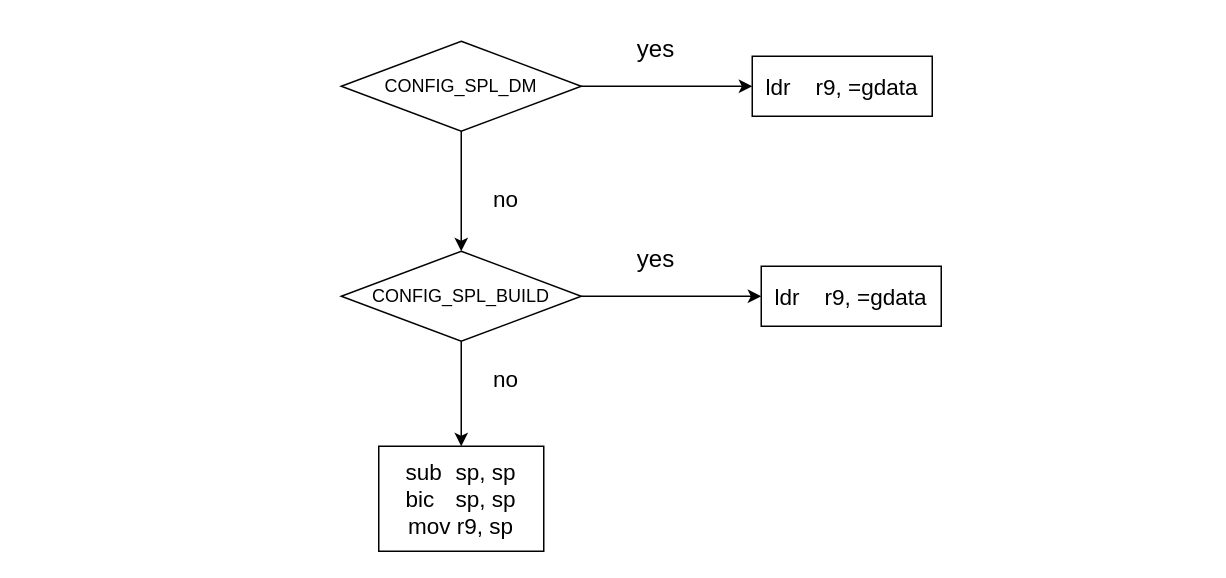
Before: Global Data.drawio in kdxiaojie/draw.io, a draw.io diagram. Source tidied: cells renumbered, new cells numbered last; positions are measured from the earlier drawing's top-left corner, leaving out a move shared by most shapes. Both pictures are drawn from the tidied source at 150%, with x=0, y=0 at pixel (340, 26).
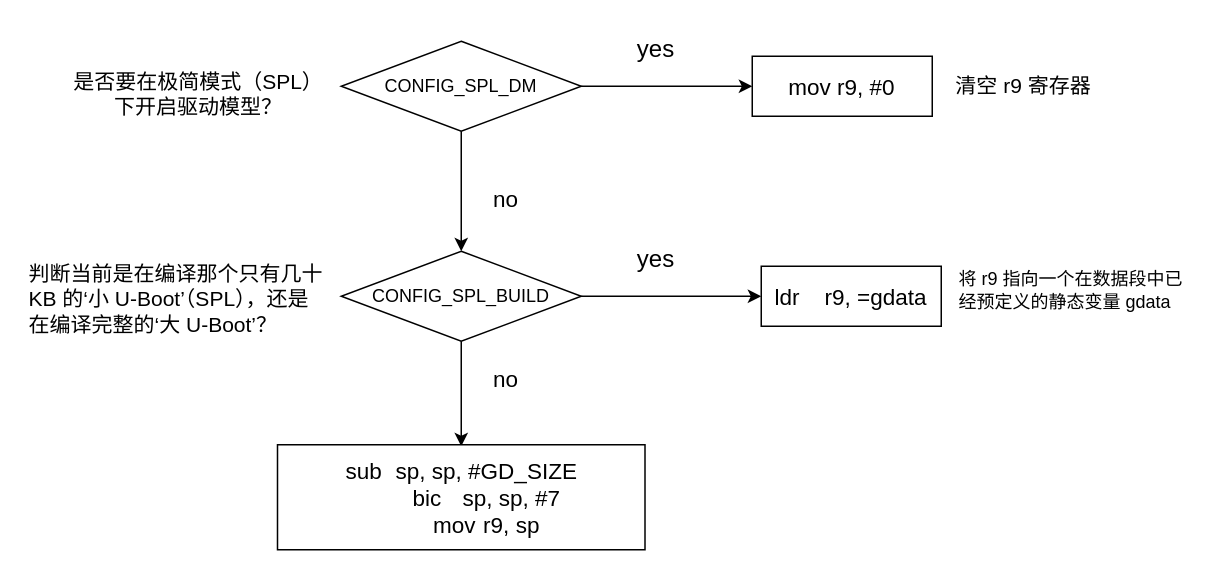
The same page after the edit.

The edit, as a diff of the source:
```diff
@@
-    <mxCell id="5" value="&lt;font style=&quot;font-size: 15px;&quot;&gt;ldr&lt;span style=&quot;white-space: pre;&quot;&gt;&#9;&lt;/span&gt;r9, =gdata&lt;/font&gt;" style="rounded=0;whiteSpace=wrap;html=1;" parent="1" vertex="1">
+    <mxCell id="5" value="&lt;span style=&quot;font-size: 15px;&quot;&gt;mov r9, #0&lt;/span&gt;" style="rounded=0;whiteSpace=wrap;html=1;" parent="1" vertex="1">
       <mxGeometry x="274" y="20" width="120" height="40" as="geometry" />
     </mxCell>
@@
-    <mxCell id="14" value="&lt;div&gt;&lt;font style=&quot;font-size: 15px;&quot;&gt;sub&lt;span style=&quot;white-space: pre;&quot;&gt;&#9;&lt;/span&gt;sp, sp&lt;/font&gt;&lt;/div&gt;&lt;div&gt;&lt;font style=&quot;font-size: 15px;&quot;&gt;&lt;span style=&quot;background-color: transparent; color: light-dark(rgb(0, 0, 0), rgb(255, 255, 255));&quot;&gt;bic&lt;/span&gt;&lt;span style=&quot;background-color: transparent; color: light-dark(rgb(0, 0, 0), rgb(255, 255, 255)); white-space: pre;&quot;&gt;&#9;&lt;/span&gt;&lt;span style=&quot;background-color: transparent; color: light-dark(rgb(0, 0, 0), rgb(255, 255, 255));&quot;&gt;sp, sp&lt;/span&gt;&lt;/font&gt;&lt;/div&gt;&lt;div&gt;&lt;font style=&quot;font-size: 15px;&quot;&gt;&lt;span style=&quot;background-color: transparent; color: light-dark(rgb(0, 0, 0), rgb(255, 255, 255));&quot;&gt;mov&amp;nbsp;&lt;/span&gt;&lt;span style=&quot;background-color: transparent; color: light-dark(rgb(0, 0, 0), rgb(255, 255, 255));&quot;&gt;r9, sp&lt;/span&gt;&lt;/font&gt;&lt;/div&gt;" style="rounded=0;whiteSpace=wrap;html=1;" parent="1" vertex="1">
-      <mxGeometry x="25" y="280" width="110" height="70" as="geometry" />
+    <mxCell id="14" value="&lt;div&gt;&lt;span style=&quot;font-size: 15px;&quot;&gt;sub&lt;span style=&quot;white-space:pre&quot;&gt;&#9;&lt;/span&gt;sp, sp, #GD_SIZE&lt;/span&gt;&lt;/div&gt;&lt;div&gt;&lt;span style=&quot;font-size: 15px; white-space: normal;&quot;&gt;&lt;span style=&quot;white-space:pre&quot;&gt;&#9;&lt;/span&gt;bic&lt;span style=&quot;white-space:pre&quot;&gt;&#9;&lt;/span&gt;sp, sp, #7&lt;/span&gt;&lt;/div&gt;&lt;div&gt;&lt;span style=&quot;font-size: 15px; white-space: normal;&quot;&gt;&lt;span style=&quot;white-space:pre&quot;&gt;&#9;&lt;/span&gt;mov&lt;span style=&quot;white-space:pre&quot;&gt;&#9;&lt;/span&gt;r9, sp&lt;/span&gt;&lt;/div&gt;" style="rounded=0;whiteSpace=wrap;html=1;" parent="1" vertex="1">
+      <mxGeometry x="-42.5" y="279" width="245" height="70" as="geometry" />
     </mxCell>
+    <mxCell id="15" value="&lt;font style=&quot;font-size: 14px;&quot;&gt;是否要在极简模式（SPL）下开启驱动模型？&lt;/font&gt;" style="text;html=1;whiteSpace=wrap;strokeColor=none;fillColor=none;align=center;verticalAlign=middle;rounded=0;" parent="1" vertex="1">
+      <mxGeometry x="-180" y="30" width="170" height="30" as="geometry" />
+    </mxCell>
+    <mxCell id="16" value="&lt;font style=&quot;font-size: 14px;&quot;&gt;清空 r9 寄存器&lt;/font&gt;" style="text;html=1;whiteSpace=wrap;strokeColor=none;fillColor=none;align=center;verticalAlign=middle;rounded=0;" parent="1" vertex="1">
+      <mxGeometry x="370" y="25" width="170" height="30" as="geometry" />
+    </mxCell>
+    <mxCell id="17" value="将 &lt;span class=&quot;math-inline&quot; style=&quot;font-family: &amp;quot;Google Sans Text&amp;quot;, sans-serif !important; line-height: 1.15 !important; margin-top: 0px !important;&quot;&gt;r9&amp;nbsp;&lt;/span&gt;指向一个在数据段中已经预定义的静态变量 &lt;code style=&quot;font-family: &amp;quot;Google Sans Text&amp;quot;, sans-serif !important; line-height: 1.15 !important; margin-top: 0px !important;&quot;&gt;gdata&lt;/code&gt;" style="text;whiteSpace=wrap;html=1;" parent="1" vertex="1">
+      <mxGeometry x="410" y="155" width="163" height="50" as="geometry" />
+    </mxCell>
+    <mxCell id="18" value="&lt;font style=&quot;font-size: 14px;&quot;&gt;判断当前是在编译那个只有几十 KB 的‘小 U-Boot’（SPL），还是在编译完整的‘大 U-Boot’？&lt;/font&gt;" style="text;whiteSpace=wrap;html=1;" parent="1" vertex="1">
+      <mxGeometry x="-210" y="150" width="200" height="60" as="geometry" />
+    </mxCell>
```
